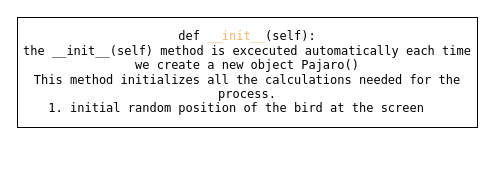
The draw.io diagram images/animations/murmurations_pygame_architecture.drawio in HijoBejuco/dynamical-systems-modeling, before the edit. Source tidied: cells renumbered, new cells numbered last; positions are measured from the earlier drawing's top-left corner, leaving out a move shared by most shapes. Both pictures are drawn from the tidied source at 100%, with x=0, y=0 at pixel (17, 17).
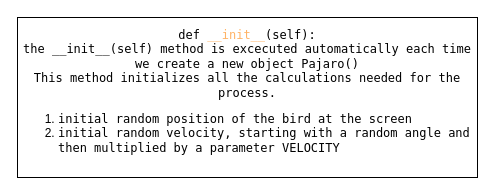
The same diagram, later.

The edit, as a diff of the source:
```diff
@@
 <mxGraphModel>
   <root>
     <mxCell id="0" />
     <mxCell id="1" parent="0" />
-    <mxCell id="2" value="&lt;font face=&quot;Lucida Console&quot;&gt;&lt;font style=&quot;color: light-dark(rgb(0, 0, 0), rgb(51, 51, 255));&quot;&gt;def&lt;/font&gt;&amp;nbsp;&lt;/font&gt;&lt;span style=&quot;font-family: &amp;quot;Lucida Console&amp;quot;;&quot;&gt;&lt;font style=&quot;color: light-dark(rgb(255, 179, 102), rgb(255, 179, 102));&quot;&gt;__init__&lt;/font&gt;&lt;/span&gt;&lt;font face=&quot;Lucida Console&quot;&gt;(self):&lt;/font&gt;&lt;div&gt;&lt;font face=&quot;Lucida Console&quot;&gt;the &lt;font style=&quot;color: light-dark(rgb(0, 0, 0), rgb(255, 179, 102));&quot;&gt;__init__&lt;/font&gt;(self) method is excecuted automatically each time we create a new object Pajaro()&lt;/font&gt;&lt;/div&gt;&lt;div&gt;&lt;font face=&quot;Lucida Console&quot;&gt;This method initializes all the calculations needed for the process.&lt;/font&gt;&lt;/div&gt;&lt;div&gt;&lt;font face=&quot;Lucida Console&quot;&gt;1. initial random position of the bird at the screen&amp;nbsp; &amp;nbsp;&lt;/font&gt;&lt;/div&gt;" style="rounded=0;whiteSpace=wrap;html=1;" parent="1" vertex="1">
-      <mxGeometry width="460" height="110" as="geometry" />
+    <mxCell id="2" value="&lt;font face=&quot;Lucida Console&quot;&gt;&lt;font style=&quot;color: light-dark(rgb(0, 0, 0), rgb(51, 51, 255));&quot;&gt;def&lt;/font&gt;&amp;nbsp;&lt;/font&gt;&lt;span style=&quot;font-family: &amp;quot;Lucida Console&amp;quot;;&quot;&gt;&lt;font style=&quot;color: light-dark(rgb(255, 179, 102), rgb(255, 179, 102));&quot;&gt;__init__&lt;/font&gt;&lt;/span&gt;&lt;font face=&quot;Lucida Console&quot;&gt;(self):&lt;/font&gt;&lt;div&gt;&lt;font face=&quot;Lucida Console&quot;&gt;the &lt;font style=&quot;color: light-dark(rgb(0, 0, 0), rgb(255, 179, 102));&quot;&gt;__init__&lt;/font&gt;(self) method is excecuted automatically each time we create a new object &lt;font style=&quot;color: light-dark(rgb(0, 0, 0), rgb(153, 255, 153));&quot;&gt;Pajaro&lt;/font&gt;()&lt;/font&gt;&lt;/div&gt;&lt;div&gt;&lt;font face=&quot;Lucida Console&quot;&gt;This method initializes all the calculations needed for the process.&lt;/font&gt;&lt;/div&gt;&lt;div&gt;&lt;ol&gt;&lt;li style=&quot;text-align: left;&quot;&gt;&lt;span style=&quot;font-family: &amp;quot;Lucida Console&amp;quot;; background-color: transparent; color: light-dark(rgb(0, 0, 0), rgb(255, 255, 255));&quot;&gt;initial random position of the bird at the screen&lt;/span&gt;&lt;/li&gt;&lt;li style=&quot;text-align: left;&quot;&gt;&lt;span style=&quot;font-family: &amp;quot;Lucida Console&amp;quot;; background-color: transparent; color: light-dark(rgb(0, 0, 0), rgb(255, 255, 255));&quot;&gt;initial random velocity, starting with a random angle and then multiplied by a parameter VELOCITY&lt;/span&gt;&lt;/li&gt;&lt;/ol&gt;&lt;/div&gt;" style="rounded=0;whiteSpace=wrap;html=1;" parent="1" vertex="1">
+      <mxGeometry width="460" height="160" as="geometry" />
     </mxCell>
   </root>
 </mxGraphModel>
```
